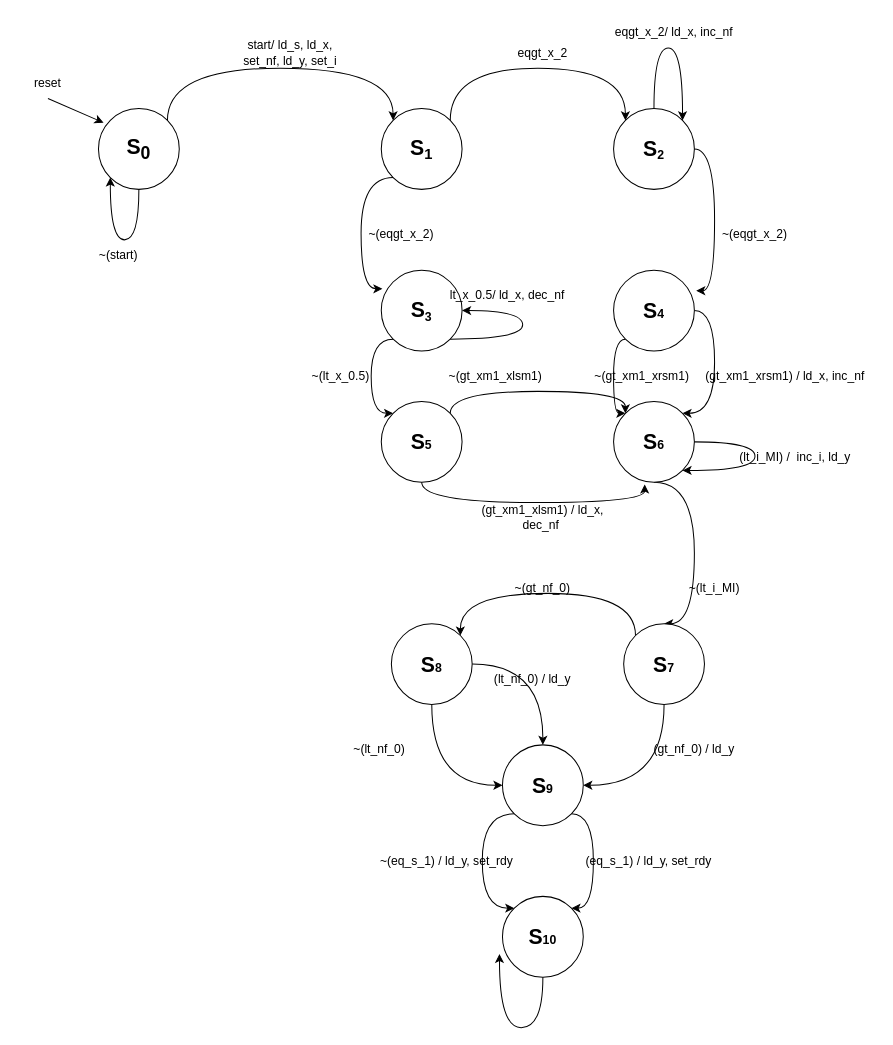
0xByteRush/COE302 keeps this draw.io diagram as State_Diagram.drawio. Above is the earlier version. Source tidied: cells renumbered, new cells numbered last; positions are measured from the earlier drawing's top-left corner, leaving out a move shared by most shapes. Both pictures are drawn from the tidied source at 101%, with x=0, y=0 at pixel (17, 17).
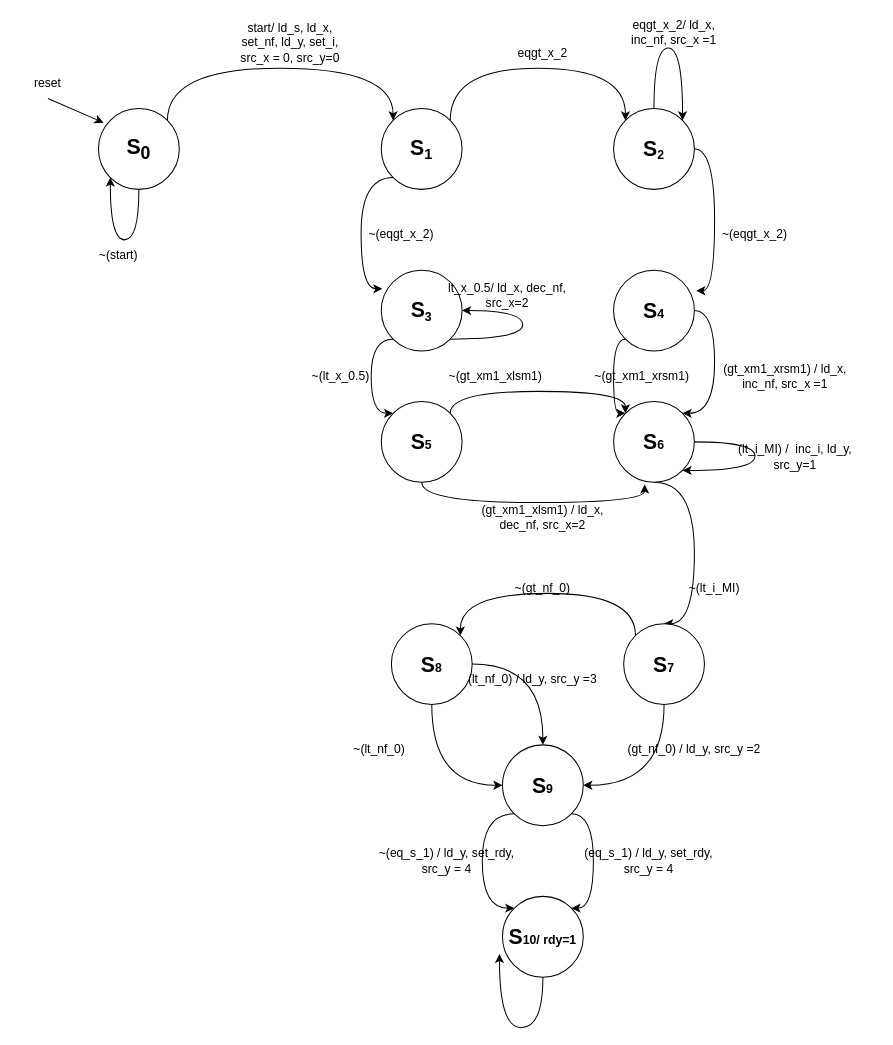
Above is the later version.

Diff of the diagram source:
```diff
@@
-    <mxCell id="8" value="start/ ld_s, ld_x, set_nf, ld_y, set_i" style="text;html=1;whiteSpace=wrap;strokeColor=none;fillColor=none;align=center;verticalAlign=middle;rounded=0;" parent="1" vertex="1">
-      <mxGeometry x="210" y="20" width="120" height="30" as="geometry" />
+    <mxCell id="8" value="start/ ld_s, ld_x, set_nf, ld_y, set_i, src_x = 0, src_y=0" style="text;html=1;whiteSpace=wrap;strokeColor=none;fillColor=none;align=center;verticalAlign=middle;rounded=0;" parent="1" vertex="1">
+      <mxGeometry x="210" y="10" width="120" height="30" as="geometry" />
     </mxCell>
@@
-    <mxCell id="18" value="eqgt_x_2/ ld_x, inc_nf" style="text;html=1;whiteSpace=wrap;strokeColor=none;fillColor=none;align=center;verticalAlign=middle;rounded=0;" parent="1" vertex="1">
+    <mxCell id="18" value="eqgt_x_2/ ld_x, inc_nf, src_x =1" style="text;html=1;whiteSpace=wrap;strokeColor=none;fillColor=none;align=center;verticalAlign=middle;rounded=0;" parent="1" vertex="1">
       <mxGeometry x="590" width="120" height="30" as="geometry" />
     </mxCell>
@@
-    <mxCell id="27" value="lt_x_0.5/ ld_x, dec_nf" style="text;html=1;whiteSpace=wrap;strokeColor=none;fillColor=none;align=center;verticalAlign=middle;rounded=0;" parent="1" vertex="1">
+    <mxCell id="27" value="lt_x_0.5/ ld_x, dec_nf, src_x=2" style="text;html=1;whiteSpace=wrap;strokeColor=none;fillColor=none;align=center;verticalAlign=middle;rounded=0;" parent="1" vertex="1">
       <mxGeometry x="425" y="260" width="120" height="30" as="geometry" />
     </mxCell>
@@
-    <mxCell id="32" value="(gt_xm1_xlsm1) / ld_x, dec_nf&amp;nbsp;" style="text;html=1;whiteSpace=wrap;strokeColor=none;fillColor=none;align=center;verticalAlign=middle;rounded=0;" parent="1" vertex="1">
+    <mxCell id="32" value="(gt_xm1_xlsm1) / ld_x, dec_nf, src_x=2" style="text;html=1;whiteSpace=wrap;strokeColor=none;fillColor=none;align=center;verticalAlign=middle;rounded=0;" parent="1" vertex="1">
       <mxGeometry x="440" y="480" width="160" height="30" as="geometry" />
     </mxCell>
@@
-    <mxCell id="35" value="(gt_xm1_xrsm1) / ld_x, inc_nf" style="text;html=1;whiteSpace=wrap;strokeColor=none;fillColor=none;align=center;verticalAlign=middle;rounded=0;" parent="1" vertex="1">
+    <mxCell id="35" value="(gt_xm1_xrsm1) / ld_x, inc_nf, src_x =1" style="text;html=1;whiteSpace=wrap;strokeColor=none;fillColor=none;align=center;verticalAlign=middle;rounded=0;" parent="1" vertex="1">
       <mxGeometry x="680" y="340" width="160" height="30" as="geometry" />
     </mxCell>
@@
-    <mxCell id="40" value="(lt_i_MI) /&amp;nbsp; inc_i, ld_y" style="text;html=1;whiteSpace=wrap;strokeColor=none;fillColor=none;align=center;verticalAlign=middle;rounded=0;" parent="1" vertex="1">
+    <mxCell id="40" value="(lt_i_MI) /&amp;nbsp; inc_i, ld_y, src_y=1" style="text;html=1;whiteSpace=wrap;strokeColor=none;fillColor=none;align=center;verticalAlign=middle;rounded=0;" parent="1" vertex="1">
       <mxGeometry x="690" y="420" width="160" height="30" as="geometry" />
     </mxCell>
@@
-    <mxCell id="49" value="(gt_nf_0) / ld_y" style="text;html=1;whiteSpace=wrap;strokeColor=none;fillColor=none;align=center;verticalAlign=middle;rounded=0;" parent="1" vertex="1">
+    <mxCell id="49" value="(gt_nf_0) / ld_y, src_y =2" style="text;html=1;whiteSpace=wrap;strokeColor=none;fillColor=none;align=center;verticalAlign=middle;rounded=0;" parent="1" vertex="1">
       <mxGeometry x="590" y="710" width="160" height="30" as="geometry" />
     </mxCell>
-    <mxCell id="50" value="(lt_nf_0) / ld_y" style="text;html=1;whiteSpace=wrap;strokeColor=none;fillColor=none;align=center;verticalAlign=middle;rounded=0;" parent="1" vertex="1">
+    <mxCell id="50" value="(lt_nf_0) / ld_y, src_y =3" style="text;html=1;whiteSpace=wrap;strokeColor=none;fillColor=none;align=center;verticalAlign=middle;rounded=0;" parent="1" vertex="1">
       <mxGeometry x="430" y="640" width="160" height="30" as="geometry" />
     </mxCell>
@@
-    <mxCell id="52" value="&lt;b&gt;&lt;font style=&quot;font-size: 21px;&quot;&gt;S&lt;/font&gt;&lt;font style=&quot;font-size: 12.1528px;&quot;&gt;10&lt;/font&gt;&lt;/b&gt;" style="ellipse;whiteSpace=wrap;html=1;" parent="1" vertex="1">
+    <mxCell id="52" value="&lt;b&gt;&lt;font style=&quot;font-size: 21px;&quot;&gt;S&lt;/font&gt;&lt;font style=&quot;font-size: 12.1528px;&quot;&gt;10/ rdy=1&lt;/font&gt;&lt;/b&gt;" style="ellipse;whiteSpace=wrap;html=1;" parent="1" vertex="1">
       <mxGeometry x="480" y="870" width="80" height="80" as="geometry" />
     </mxCell>
@@
-    <mxCell id="54" value="(eq_s_1) / ld_y, set_rdy" style="text;html=1;whiteSpace=wrap;strokeColor=none;fillColor=none;align=center;verticalAlign=middle;rounded=0;" parent="1" vertex="1">
+    <mxCell id="54" value="(eq_s_1) / ld_y, set_rdy, src_y = 4" style="text;html=1;whiteSpace=wrap;strokeColor=none;fillColor=none;align=center;verticalAlign=middle;rounded=0;" parent="1" vertex="1">
       <mxGeometry x="545" y="820" width="160" height="30" as="geometry" />
     </mxCell>
-    <mxCell id="55" value="~(eq_s_1) / ld_y, set_rdy" style="text;html=1;whiteSpace=wrap;strokeColor=none;fillColor=none;align=center;verticalAlign=middle;rounded=0;" parent="1" vertex="1">
+    <mxCell id="55" value="~(eq_s_1) / ld_y, set_rdy, src_y = 4" style="text;html=1;whiteSpace=wrap;strokeColor=none;fillColor=none;align=center;verticalAlign=middle;rounded=0;" parent="1" vertex="1">
       <mxGeometry x="345" y="820" width="160" height="30" as="geometry" />
     </mxCell>
```
